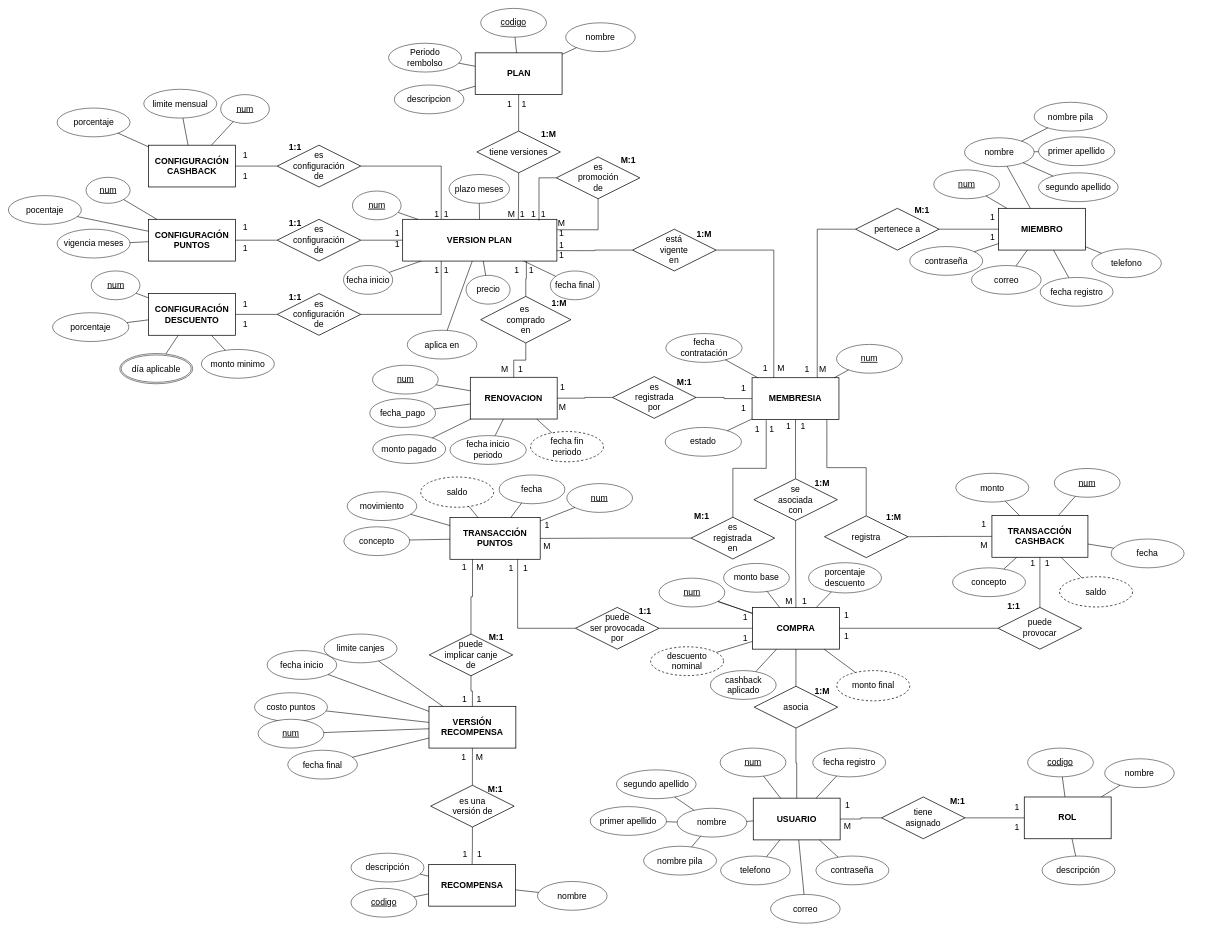
JorgeA4/sistema_membresias keeps this draw.io diagram as documentación/DER.drawio. Above is the earlier version. Source tidied: cells renumbered, new cells numbered last; positions are measured from the earlier drawing's top-left corner, leaving out a move shared by most shapes. Both pictures are drawn from the tidied source at 48%, with x=0, y=0 at pixel (8, 8).
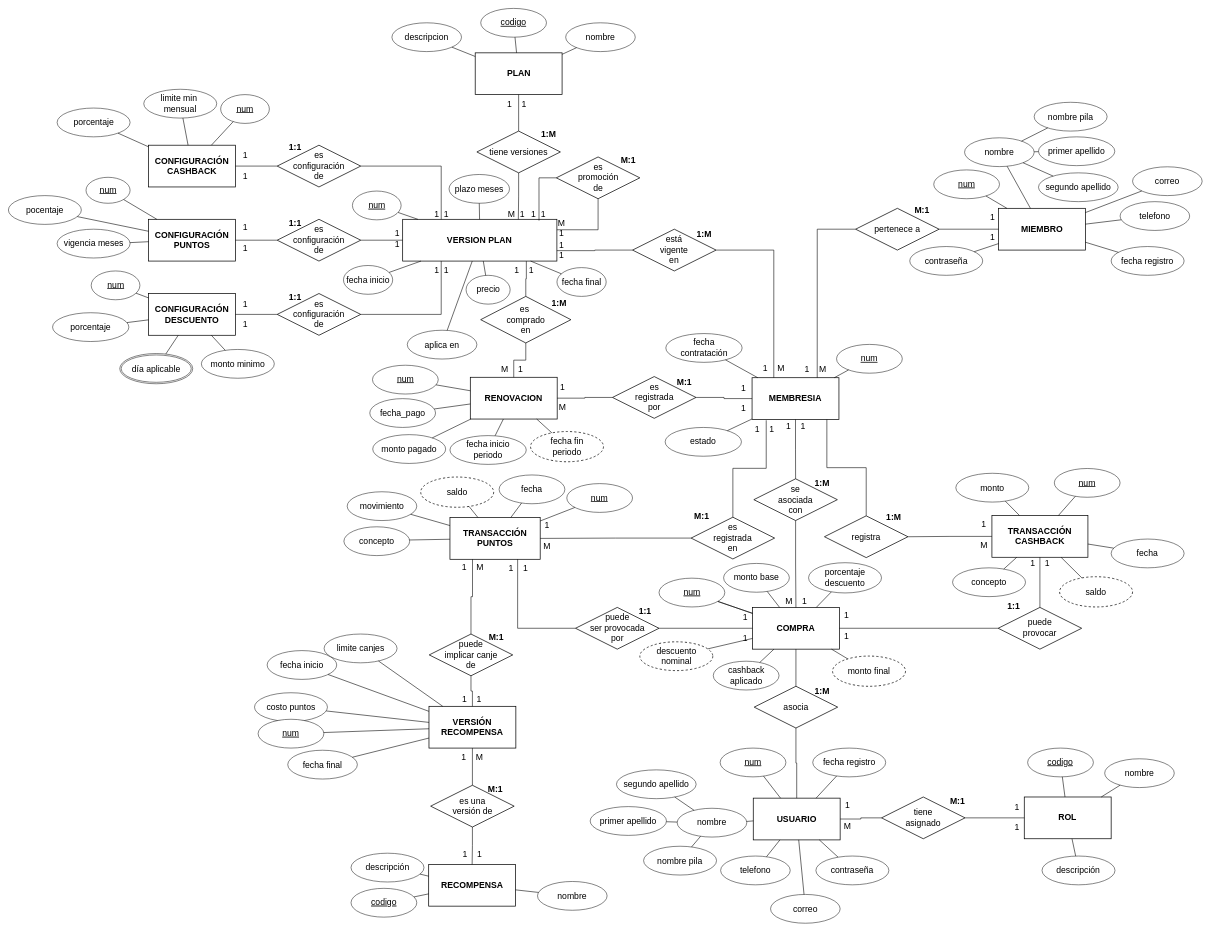
After the change.

Unchanged cells that the change refers to:
```xml
<mxCell id="5" value="&lt;b&gt;PLAN&lt;/b&gt;" style="rounded=0;whiteSpace=wrap;html=1;fontStyle=1;fontSize=18;fillColor=#FFFFFF;strokeColor=#000000;strokeWidth=1.5;" parent="1" vertex="1">
  <mxGeometry x="972.5" y="92.6" width="181" height="87" as="geometry" />
</mxCell>
```

Change to the diagram source:
```diff
@@
     <mxCell id="21" value="fecha final" style="ellipse;whiteSpace=wrap;html=1;fontSize=18;fillColor=#FFFFFF;strokeColor=#000000;strokeWidth=1;" parent="1" vertex="1">
-      <mxGeometry x="1128.9" y="547" width="102.6" height="60" as="geometry" />
+      <mxGeometry x="1142.8" y="540" width="102.6" height="60" as="geometry" />
     </mxCell>
@@
-    <mxCell id="28" value="Periodo&lt;br&gt;rembolso" style="ellipse;whiteSpace=wrap;html=1;fontSize=18;fillColor=#FFFFFF;strokeColor=#000000;strokeWidth=1;" parent="1" vertex="1">
-      <mxGeometry x="792" y="72.6" width="152" height="60" as="geometry" />
-    </mxCell>
     <mxCell id="29" value="descripcion" style="ellipse;whiteSpace=wrap;html=1;fontSize=18;fillColor=#FFFFFF;strokeColor=#000000;strokeWidth=1;" parent="1" vertex="1">
-      <mxGeometry x="804" y="159.6" width="145" height="60" as="geometry" />
+      <mxGeometry x="799" y="30" width="145" height="60" as="geometry" />
     </mxCell>
@@
     <mxCell id="38" value="telefono" style="ellipse;whiteSpace=wrap;html=1;fontSize=18;fillColor=#FFFFFF;strokeColor=#000000;strokeWidth=1;" parent="1" vertex="1">
-      <mxGeometry x="2257" y="501" width="145" height="60" as="geometry" />
+      <mxGeometry x="2316" y="402.6" width="145" height="60" as="geometry" />
     </mxCell>
@@
     <mxCell id="40" value="correo" style="ellipse;whiteSpace=wrap;html=1;fontSize=18;fillColor=#FFFFFF;strokeColor=#000000;strokeWidth=1;" parent="1" vertex="1">
-      <mxGeometry x="2006.5" y="535.6" width="145" height="60" as="geometry" />
+      <mxGeometry x="2342" y="330" width="145" height="60" as="geometry" />
     </mxCell>
     <mxCell id="41" value="fecha registro" style="ellipse;whiteSpace=wrap;html=1;fontSize=18;fillColor=#FFFFFF;strokeColor=#000000;strokeWidth=1;" parent="1" vertex="1">
-      <mxGeometry x="2149.5" y="560.5" width="152" height="60" as="geometry" />
+      <mxGeometry x="2297.4" y="496.1" width="152" height="60" as="geometry" />
     </mxCell>
@@
-    <mxCell id="75" style="endArrow=none;html=1;rounded=0;strokeColor=#000000;strokeWidth=1.2;fontSize=18;" parent="1" edge="1" source="28" target="5">
-      <mxGeometry relative="1" as="geometry" />
-    </mxCell>
@@
     <mxCell id="179" value="descuento nominal" style="ellipse;whiteSpace=wrap;html=1;fontSize=18;dashed=1;dashPattern=3 3;fillColor=#FFFFFF;strokeColor=#000000;strokeWidth=1.5;" parent="1" vertex="1">
-      <mxGeometry x="1338" y="1330" width="152" height="60" as="geometry" />
+      <mxGeometry x="1315.5" y="1319.6" width="152" height="60" as="geometry" />
     </mxCell>
     <mxCell id="180" value="monto final" style="ellipse;whiteSpace=wrap;html=1;fontSize=18;dashed=1;dashPattern=3 3;fillColor=#FFFFFF;strokeColor=#000000;strokeWidth=1.5;" parent="1" vertex="1">
-      <mxGeometry x="1725.8" y="1379.6" width="152" height="63" as="geometry" />
+      <mxGeometry x="1717" y="1349.3" width="152" height="63" as="geometry" />
     </mxCell>
@@
     <mxCell id="231" value="cashback aplicado" style="ellipse;whiteSpace=wrap;html=1;fontSize=18;fillColor=#FFFFFF;strokeColor=#000000;strokeWidth=1;" parent="1" vertex="1">
-      <mxGeometry x="1462.5" y="1379.6" width="137" height="60" as="geometry" />
+      <mxGeometry x="1468.5" y="1360" width="137" height="60" as="geometry" />
     </mxCell>
@@
-    <mxCell id="249" value="limite mensual" style="ellipse;whiteSpace=wrap;html=1;fontSize=18;fillColor=#FFFFFF;strokeColor=#000000;strokeWidth=1;" parent="1" vertex="1">
+    <mxCell id="249" value="limite min&amp;nbsp;&lt;div&gt;mensual&lt;/div&gt;" style="ellipse;whiteSpace=wrap;html=1;fontSize=18;fillColor=#FFFFFF;strokeColor=#000000;strokeWidth=1;" parent="1" vertex="1">
       <mxGeometry x="282" y="168.5" width="152" height="60" as="geometry" />
     </mxCell>
```
